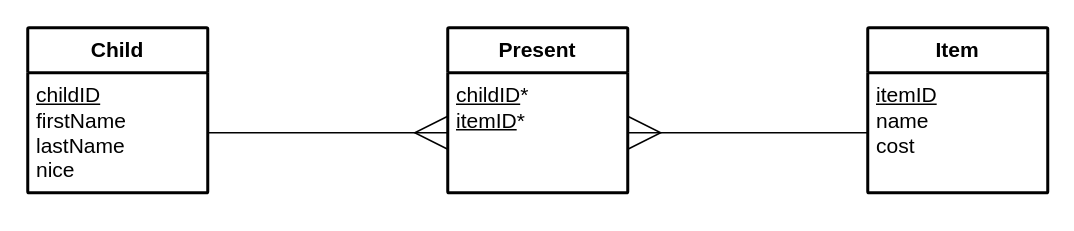
The draw.io diagram page "Higher" (2 of 2) of n5/ddd/N5-DDD-Santa-Gifts/assets/Diagrams/N5 DDD Santa.drawio in MrFriendCS/MrFriendCS.github.io, before the edit. Source tidied: cells renumbered, new cells numbered last; positions are measured from the earlier drawing's top-left corner, leaving out a move shared by most shapes. Both pictures are drawn from the tidied source at 150%, with x=0, y=0 at pixel (27, 27).
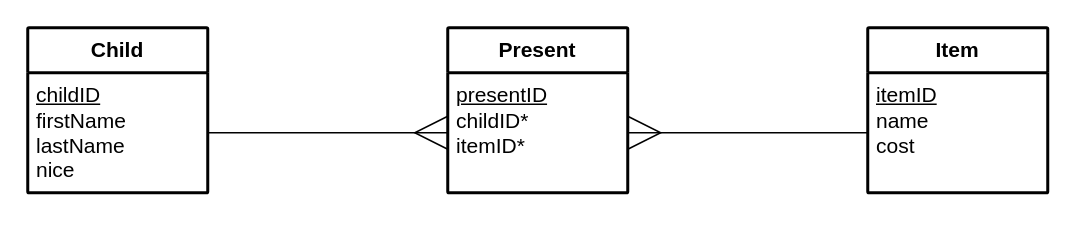
After the change.

Diff of the diagram source:
```diff
@@
 <mxGraphModel>
   <root>
     <mxCell id="0" />
     <mxCell id="1" parent="0" />
     <mxCell id="2" value="&lt;b&gt;Child&lt;/b&gt;" style="swimlane;horizontal=1;startSize=30;rounded=1;fontSize=14;fontStyle=0;strokeWidth=2;shadow=0;dashed=0;align=center;arcSize=1;whiteSpace=wrap;html=1;fillColor=none;" parent="1" vertex="1">
       <mxGeometry width="120" height="110" as="geometry" />
     </mxCell>
     <mxCell id="3" value="&lt;font style=&quot;font-size: 14px;&quot;&gt;&lt;u style=&quot;&quot;&gt;childID&lt;/u&gt;&lt;br&gt;firstName&lt;br&gt;lastName&lt;br&gt;nice&lt;/font&gt;" style="align=left;strokeColor=none;fillColor=none;spacingLeft=4;fontSize=12;verticalAlign=top;html=1;" parent="2" vertex="1">
       <mxGeometry y="30" width="120" height="80" as="geometry" />
     </mxCell>
     <mxCell id="4" style="edgeStyle=orthogonalEdgeStyle;rounded=0;orthogonalLoop=1;jettySize=auto;html=1;exitX=0.5;exitY=1;exitDx=0;exitDy=0;" parent="2" edge="1" source="3" target="3">
       <mxGeometry relative="1" as="geometry" />
     </mxCell>
     <mxCell id="5" value="&lt;b&gt;Present&lt;/b&gt;" style="swimlane;horizontal=1;startSize=30;rounded=1;fontSize=14;fontStyle=0;strokeWidth=2;shadow=0;dashed=0;align=center;arcSize=1;whiteSpace=wrap;html=1;fillColor=none;" parent="1" vertex="1">
       <mxGeometry x="280" width="120" height="110" as="geometry" />
     </mxCell>
-    <mxCell id="6" value="&lt;font style=&quot;font-size: 14px;&quot;&gt;&lt;u style=&quot;&quot;&gt;childID&lt;/u&gt;*&lt;br&gt;&lt;u&gt;itemID&lt;/u&gt;*&lt;br&gt;&lt;br&gt;&lt;/font&gt;" style="align=left;strokeColor=none;fillColor=none;spacingLeft=4;fontSize=12;verticalAlign=top;html=1;" parent="5" vertex="1">
+    <mxCell id="6" value="&lt;font style=&quot;font-size: 14px;&quot;&gt;&lt;u style=&quot;&quot;&gt;presentID&lt;/u&gt;&lt;/font&gt;&lt;div&gt;&lt;font style=&quot;font-size: 14px;&quot;&gt;childID*&lt;br&gt;itemID*&lt;br&gt;&lt;/font&gt;&lt;/div&gt;" style="align=left;strokeColor=none;fillColor=none;spacingLeft=4;fontSize=12;verticalAlign=top;html=1;" parent="5" vertex="1">
       <mxGeometry y="30" width="120" height="80" as="geometry" />
     </mxCell>
     <mxCell id="7" style="rounded=0;jettySize=auto;html=1;exitX=1;exitY=0.5;exitDx=0;exitDy=0;entryX=0;entryY=0.5;entryDx=0;entryDy=0;endArrow=ERmany;endFill=0;endSize=20;" parent="1" edge="1" source="3" target="6">
       <mxGeometry relative="1" as="geometry" />
     </mxCell>
     <mxCell id="8" value="&lt;b&gt;Item&lt;/b&gt;" style="swimlane;horizontal=1;startSize=30;rounded=1;fontSize=14;fontStyle=0;strokeWidth=2;shadow=0;dashed=0;align=center;arcSize=1;whiteSpace=wrap;html=1;fillColor=none;" parent="1" vertex="1">
       <mxGeometry x="560" width="120" height="110" as="geometry" />
     </mxCell>
     <mxCell id="9" value="&lt;font style=&quot;font-size: 14px;&quot;&gt;&lt;u style=&quot;&quot;&gt;itemID&lt;/u&gt;&lt;br&gt;name&lt;br&gt;&lt;/font&gt;&lt;div&gt;&lt;font style=&quot;font-size: 14px;&quot;&gt;cost&lt;/font&gt;&lt;/div&gt;" style="align=left;strokeColor=none;fillColor=none;spacingLeft=4;fontSize=12;verticalAlign=top;html=1;" parent="8" vertex="1">
       <mxGeometry y="30" width="120" height="80" as="geometry" />
     </mxCell>
     <mxCell id="10" style="endArrow=none;html=1;rounded=0;entryX=0;entryY=0.5;entryDx=0;entryDy=0;startArrow=ERmany;startFill=0;startSize=20;" parent="1" edge="1" target="9">
       <mxGeometry relative="1" as="geometry">
         <mxPoint x="400" y="70" as="sourcePoint" />
       </mxGeometry>
     </mxCell>
   </root>
 </mxGraphModel>
```
